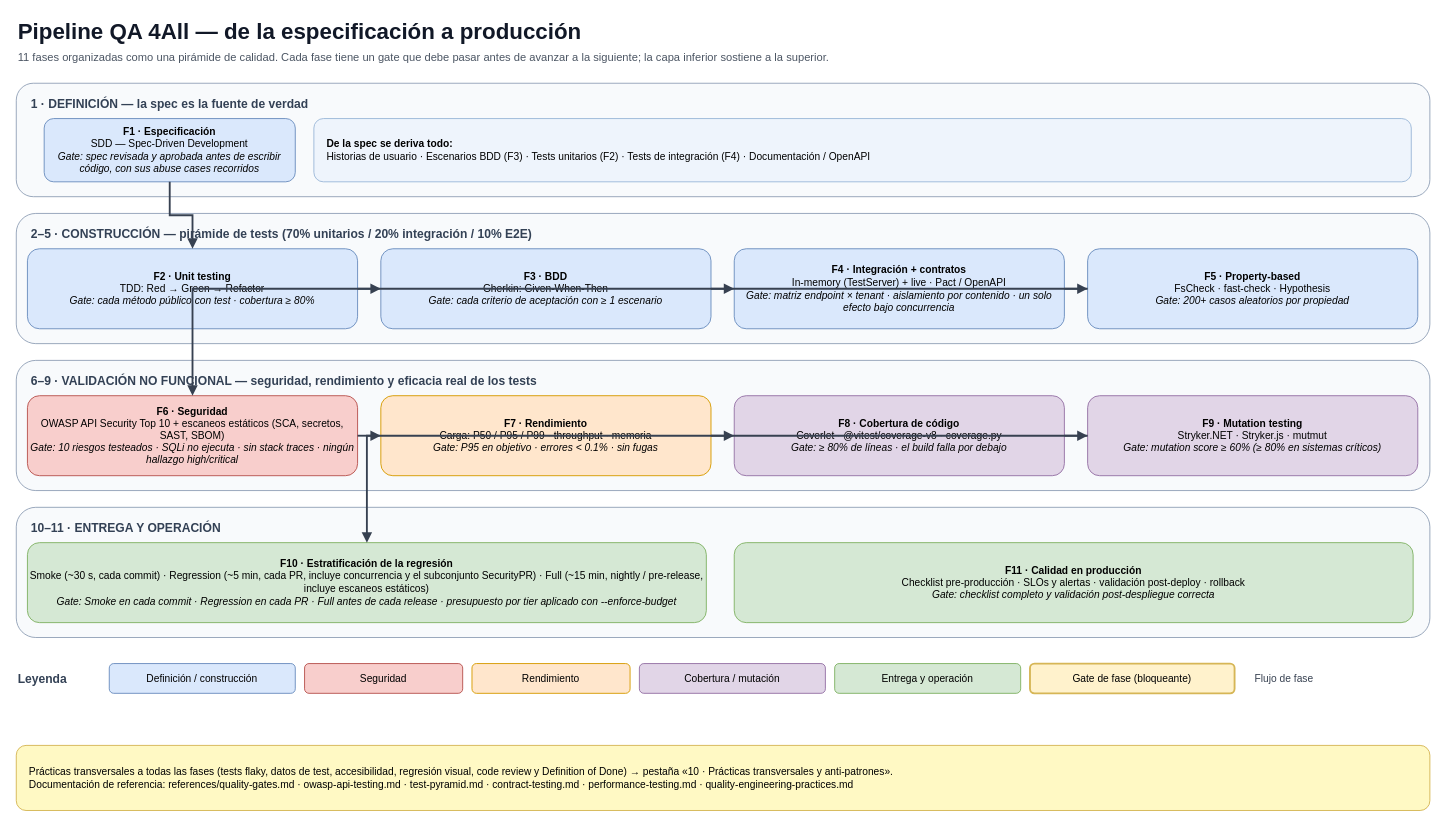
Above: page "00 · Pipeline QA (11 fases)" (1 of 11) of diagrams/qa-pipeline-4all.drawio in 4all-lat/quality-assurance-4all (draw.io), before the change. Source tidied: cells renumbered, new cells numbered last; positions are measured from the earlier drawing's top-left corner, leaving out a move shared by most shapes. Both pictures are drawn from the tidied source at 93%, with x=0, y=0 at pixel (16, 16).
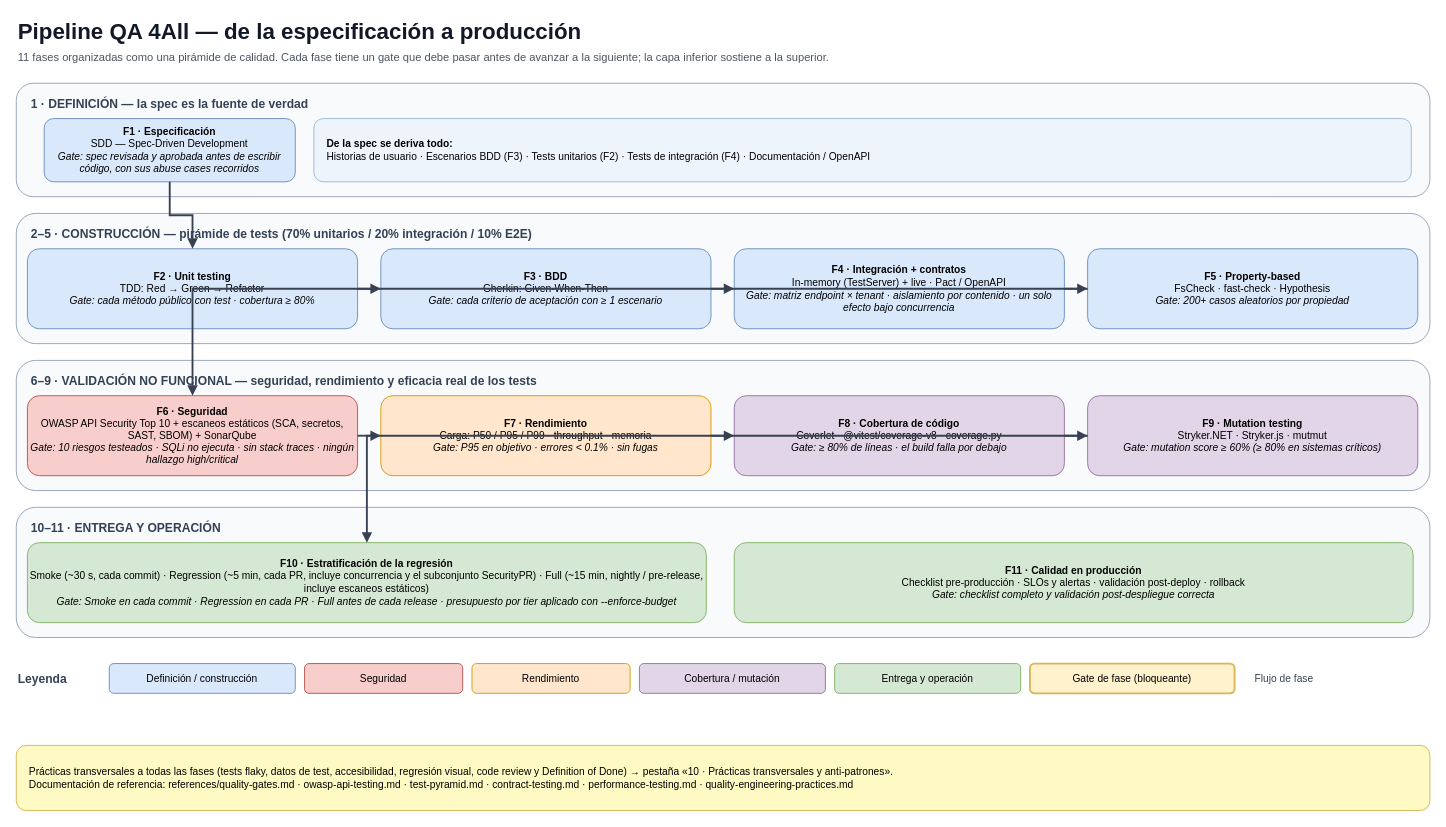
After the change.

Diff of the diagram source:
```diff
@@
-    <mxCell id="13" value="&lt;b&gt;F6 · Seguridad&lt;/b&gt;&lt;br&gt;OWASP API Security Top 10 + escaneos estáticos (SCA, secretos, SAST, SBOM)&lt;br&gt;&lt;i&gt;Gate: 10 riesgos testeados · SQLi no ejecuta · sin stack traces · ningún hallazgo high/critical&lt;/i&gt;" style="rounded=1;whiteSpace=wrap;html=1;fillColor=#f8cecc;strokeColor=#b85450;fontSize=11;" parent="1" vertex="1">
+    <mxCell id="13" value="&lt;b&gt;F6 · Seguridad&lt;/b&gt;&lt;br&gt;OWASP API Security Top 10 + escaneos estáticos (SCA, secretos, SAST, SBOM) + SonarQube&lt;br&gt;&lt;i&gt;Gate: 10 riesgos testeados · SQLi no ejecuta · sin stack traces · ningún hallazgo high/critical&lt;/i&gt;" style="rounded=1;whiteSpace=wrap;html=1;fillColor=#f8cecc;strokeColor=#b85450;fontSize=11;" parent="1" vertex="1">
       <mxGeometry x="12" y="408" width="355" height="86" as="geometry" />
     </mxCell>
```
